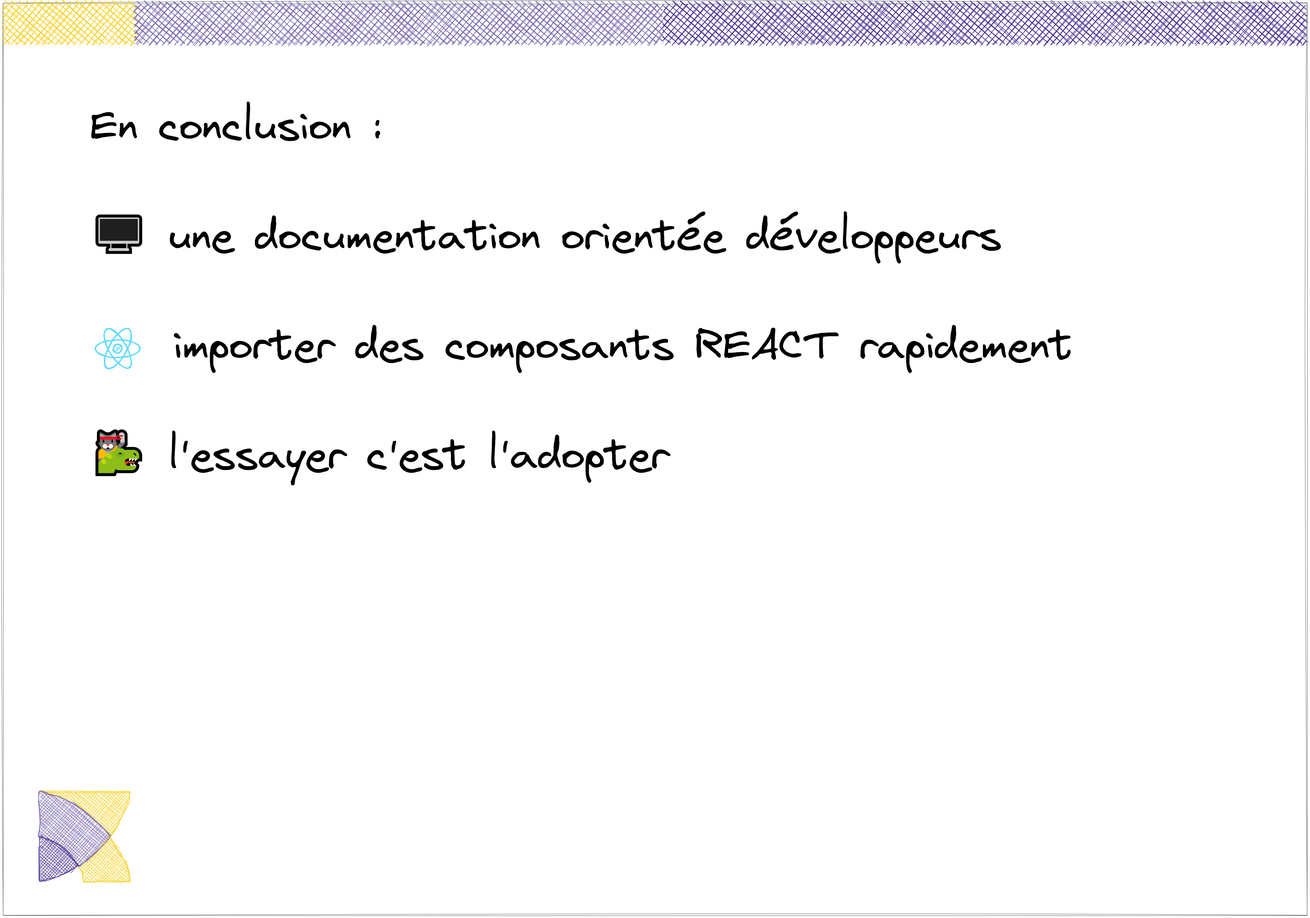
Before: docusaurus/2023_05_05 - Nuit des meetups/05-conclusion.excalidraw.png, a diagram exported from Excalidraw (clainchoupi/myTalks). Source tidied: one line per element, renumbered; positions are measured from the earlier drawing's top-left corner, leaving out a move shared by most shapes.
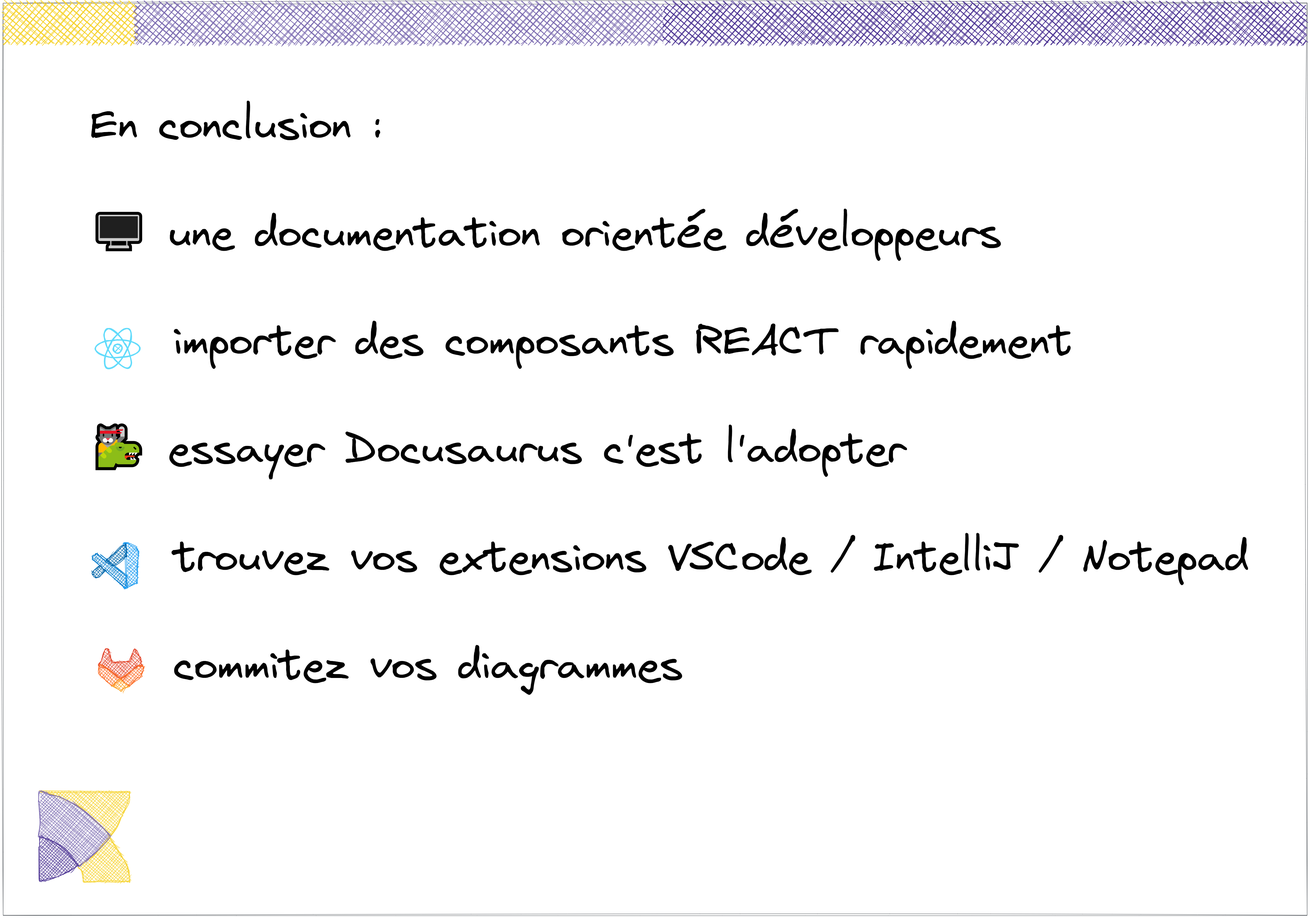
After the change.

What changed in the source:
```diff
@@ -6,8 +6,16 @@
 {"id": 5, "type": "rectangle", "strokeColor": "transparent", "backgroundColor": "#f6d330", "fillStyle": "cross-hatch", "strokeWidth": 4, "roughness": 2, "x": 0, "y": 0, "width": 442, "height": 136}
 {"id": 6, "type": "rectangle", "strokeColor": "transparent", "backgroundColor": "#7e6eb2", "fillStyle": "cross-hatch", "strokeWidth": 4, "roughness": 2, "x": 442, "y": 4, "width": 1772, "height": 131}
 {"id": 7, "type": "rectangle", "strokeColor": "transparent", "backgroundColor": "#4f3795", "fillStyle": "cross-hatch", "strokeWidth": 4, "roughness": 2, "x": 2219, "y": 5, "width": 2158, "height": 130}
-{"id": 8, "type": "text", "text": "En conclusion :\n\n🖥 une documentation orientée développeurs\n\n    importer des composants REACT rapidement \n\n🐱‍🐉 l'essayer c'est l'adopter", "strokeColor": "#000000", "strokeWidth": 1, "roughness": 1, "fontSize": 139.7, "fontFamily": 1, "x": 294, "y": 323, "width": 3374, "height": 1290}
+{"id": 8, "type": "text", "text": "En conclusion :\n\n🖥 une documentation orientée développeurs\n\n    importer des composants REACT rapidement \n\n🐱‍🐉 essayer Docusaurus c'est l'adopter\n\n    trouvez vos extensions VSCode / IntelliJ / Notepad\n\n    commitez vos diagrammes", "strokeColor": "#000000", "strokeWidth": 1, "roughness": 1, "fontSize": 139.7, "fontFamily": 1, "x": 294, "y": 323, "width": 3895, "height": 1998}
 {"id": 9, "type": "ellipse", "strokeColor": "#61dbfb", "backgroundColor": "#61dbfb", "fillStyle": "cross-hatch", "strokeWidth": 4, "roughness": 1, "x": 371, "y": 1147, "width": 29, "height": 29}
 {"id": 10, "type": "line", "strokeColor": "#61dbfb", "angle": 6.23, "strokeWidth": 4, "roughness": 1, "round": true, "x": 386, "y": 1133, "width": 150, "height": 58, "points": [[0, 0], [-17, 0], [-42, 2], [-67, 12], [-76, 25], [-66, 41], [-44, 51], [-18, 57], [13, 58], [40, 55], [66, 46], [74, 32], [66, 18], [44, 7], [18, 1], [0, 0]]}
 {"id": 11, "type": "line", "strokeColor": "#61dbfb", "angle": 0.98, "strokeWidth": 4, "roughness": 1, "round": true, "x": 386, "y": 1133, "width": 150, "height": 58, "points": [[0, 0], [-17, 0], [-42, 2], [-67, 12], [-76, 25], [-66, 41], [-44, 51], [-18, 57], [13, 58], [40, 55], [66, 46], [74, 32], [66, 18], [44, 7], [18, 1], [0, 0]]}
 {"id": 12, "type": "line", "strokeColor": "#61dbfb", "angle": 5.18, "strokeWidth": 4, "roughness": 1, "round": true, "x": 387, "y": 1133, "width": 150, "height": 58, "points": [[0, 0], [-17, 0], [-42, 2], [-67, 12], [-76, 25], [-66, 41], [-44, 51], [-18, 57], [13, 58], [40, 55], [66, 46], [74, 32], [66, 18], [44, 7], [18, 1], [0, 0]]}
+{"id": 13, "type": "line", "strokeColor": "#007acc", "backgroundColor": "#007acc", "fillStyle": "cross-hatch", "strokeWidth": 2, "roughness": 2, "round": true, "x": 325, "y": 1845, "width": 114, "height": 114, "points": [[0, 0], [76, 57], [88, 67], [88, 67], [90, 69], [90, 70], [90, 74], [90, 78], [90, 82], [90, 92], [90, 104], [88, 108], [83, 108], [79, 105], [72, 99], [16, 48], [-14, 20], [-23, 13], [-24, 6], [-20, 2], [-16, -1], [-12, -5], [-9, -5], [-6, -4], [0, 0]]}
+{"id": 14, "type": "line", "strokeColor": "#0065a9", "backgroundColor": "#0065a9", "fillStyle": "cross-hatch", "strokeWidth": 2, "roughness": 2, "round": true, "x": 325, "y": 1879, "width": 44, "height": 39, "points": [[0, 0], [-15, 14], [-20, 18], [-24, 22], [-25, 25], [-24, 29], [-21, 32], [-18, 34], [-14, 37], [-12, 39], [-9, 39], [-6, 38], [-2, 34], [15, 21], [18, 19], [20, 18], [18, 16], [14, 13], [4, 4], [0, 0]]}
+{"id": 15, "type": "line", "strokeColor": "#1f9cf0", "backgroundColor": "#1f9cf0", "fillStyle": "cross-hatch", "strokeWidth": 2, "roughness": 2, "round": true, "x": 406, "y": 1805, "width": 47, "height": 151, "points": [[0, 0], [0, 0], [2, -1], [5, -2], [7, -2], [9, -1], [12, 0], [40, 14], [43, 15], [45, 17], [46, 20], [46, 23], [46, 31], [46, 77], [46, 119], [46, 127], [45, 130], [43, 132], [41, 133], [35, 136], [14, 146], [8, 149], [5, 149], [3, 149], [2, 148], [-1, 147], [1, 148], [4, 148], [6, 147], [8, 145], [8, 142], [8, 132], [8, 74], [8, 13], [8, 5], [8, 2], [6, 0], [4, 0], [3, -1], [0, 0]]}
+{"id": 16, "type": "line", "strokeColor": "#0065a9", "angle": 3.14, "backgroundColor": "#0065a9", "fillStyle": "cross-hatch", "strokeWidth": 2, "roughness": 2, "round": true, "x": 384, "y": 1851, "width": 69, "height": 74, "points": [[0, 0], [22, -20], [27, -24], [30, -28], [30, -29], [19, -37], [11, -42], [7, -46], [6, -45], [-2, -39], [-24, -23], [-36, -14], [-37, -13], [-38, -12], [-38, -10], [-38, -7], [-38, -2], [-38, 2], [-38, 12], [-38, 23], [-36, 27], [-32, 28], [-27, 25], [-20, 19], [0, 0]]}
+{"id": 17, "type": "line", "strokeColor": "#e24329", "backgroundColor": "#e24329", "fillStyle": "cross-hatch", "strokeWidth": 2, "roughness": 2, "round": true, "x": 367, "y": 2216, "width": 144, "height": 101, "points": [[0, 0], [31, 0], [49, 0], [54, -1], [57, -1], [59, -6], [70, -42], [78, -45], [84, -34], [92, -13], [98, 3], [100, 10], [94, 12], [84, 16], [67, 27], [41, 47], [29, 56], [23, 52], [20, 50], [-19, 21], [-39, 12], [-44, 10], [-39, -1], [-28, -32], [-22, -45], [-15, -44], [-9, -30], [0, 0]]}
+{"id": 18, "type": "line", "strokeColor": "#fc6d26", "backgroundColor": "#fc6d26", "fillStyle": "cross-hatch", "strokeWidth": 2, "roughness": 2, "round": true, "x": 396, "y": 2272, "width": 75, "height": 67, "points": [[0, 0], [-14, 11], [-26, 20], [-28, 21], [-31, 19], [-47, 7], [-60, -2], [-67, -9], [-73, -20], [-75, -33], [-73, -44], [-71, -46], [-64, -44], [-55, -40], [-36, -27], [0, 0]]}
+{"id": 19, "type": "line", "strokeColor": "#fca326", "backgroundColor": "#fca326", "fillStyle": "cross-hatch", "strokeWidth": 2, "roughness": 2, "round": true, "x": 396, "y": 2272, "width": 56, "height": 41, "points": [[0, 0], [-6, 4], [-17, 13], [-23, 17], [-27, 20], [-28, 22], [-26, 24], [-9, 37], [-3, 41], [2, 41], [12, 34], [25, 23], [28, 21], [25, 19], [0, 0]]}
+{"id": 20, "type": "line", "strokeColor": "#fc6d26", "backgroundColor": "#fc6d26", "fillStyle": "cross-hatch", "strokeWidth": 2, "roughness": 2, "round": true, "x": 396, "y": 2272, "width": 75, "height": 67, "points": [[0, 0], [14, 11], [26, 20], [28, 21], [31, 19], [47, 7], [60, -2], [67, -9], [73, -20], [75, -33], [73, -44], [71, -46], [64, -44], [55, -40], [36, -27], [0, 0]]}
```
